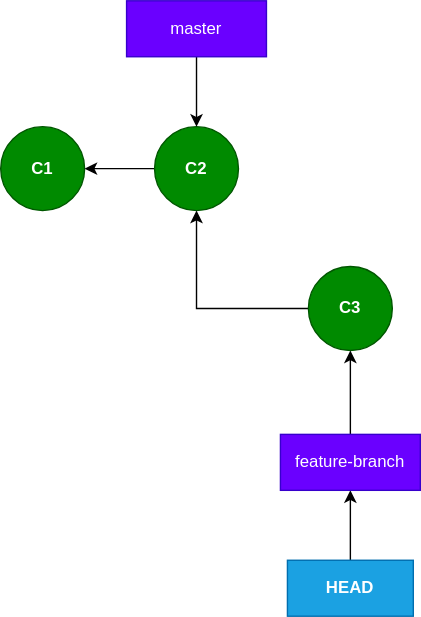
Above: img/c3.svg in gbroques/git-internals-presentation (draw.io), before the change. Source tidied: cells renumbered, new cells last; positions are measured from the earlier drawing's top-left corner, leaving out a move shared by most shapes.
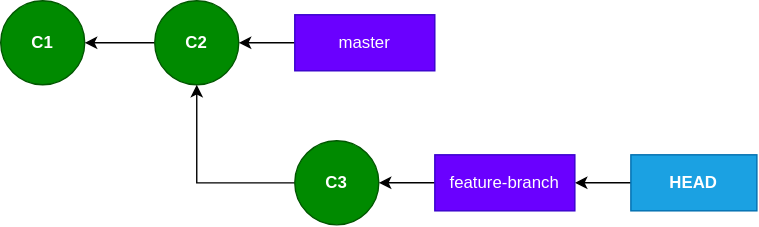
Above is the later version.

Change to the diagram source:
```diff
@@ -5,11 +5,11 @@
     <mxCell id="2" value="C1" style="ellipse;whiteSpace=wrap;html=1;fillColor=#008a00;strokeColor=#005700;fontColor=#ffffff;fontStyle=1;" parent="1" vertex="1">
       <mxGeometry y="90" width="60" height="60" as="geometry" />
     </mxCell>
-    <mxCell id="3" style="edgeStyle=orthogonalEdgeStyle;rounded=0;jettySize=auto;html=1;entryX=0.5;entryY=1;entryDx=0;entryDy=0;" parent="1" edge="1" source="4" target="10">
+    <mxCell id="3" style="edgeStyle=none;html=1;entryX=1;entryY=0.5;entryDx=0;entryDy=0;" parent="1" edge="1" source="4" target="10">
       <mxGeometry relative="1" as="geometry" />
     </mxCell>
     <mxCell id="4" value="&lt;b&gt;HEAD&lt;/b&gt;" style="rounded=0;whiteSpace=wrap;html=1;fillColor=#1ba1e2;strokeColor=#006EAF;fontColor=#ffffff;" parent="1" vertex="1">
-      <mxGeometry x="205" y="400" width="90" height="40" as="geometry" />
+      <mxGeometry x="450" y="200" width="90" height="40" as="geometry" />
     </mxCell>
     <mxCell id="5" style="edgeStyle=orthogonalEdgeStyle;rounded=0;jettySize=auto;html=1;" parent="1" edge="1" source="6" target="2">
       <mxGeometry relative="1" as="geometry" />
@@ -21,19 +21,19 @@
       <mxGeometry relative="1" as="geometry" />
     </mxCell>
     <mxCell id="8" value="C3" style="ellipse;whiteSpace=wrap;html=1;fillColor=#008a00;strokeColor=#005700;fontColor=#ffffff;fontStyle=1;" parent="1" vertex="1">
-      <mxGeometry x="220" y="190" width="60" height="60" as="geometry" />
+      <mxGeometry x="210" y="190" width="60" height="60" as="geometry" />
     </mxCell>
-    <mxCell id="9" style="edgeStyle=orthogonalEdgeStyle;rounded=0;jettySize=auto;html=1;entryX=0.5;entryY=1;entryDx=0;entryDy=0;" parent="1" edge="1" source="10" target="8">
+    <mxCell id="9" style="edgeStyle=none;html=1;entryX=1;entryY=0.5;entryDx=0;entryDy=0;" parent="1" edge="1" source="10" target="8">
       <mxGeometry relative="1" as="geometry" />
     </mxCell>
     <mxCell id="10" value="feature-branch" style="rounded=0;whiteSpace=wrap;html=1;fillColor=#6a00ff;strokeColor=#3700CC;fontColor=#ffffff;" parent="1" vertex="1">
-      <mxGeometry x="200" y="310" width="100" height="40" as="geometry" />
+      <mxGeometry x="310" y="200" width="100" height="40" as="geometry" />
     </mxCell>
-    <mxCell id="11" style="edgeStyle=orthogonalEdgeStyle;rounded=0;jettySize=auto;html=1;entryX=0.5;entryY=0;entryDx=0;entryDy=0;" parent="1" edge="1" source="12" target="6">
+    <mxCell id="11" style="edgeStyle=none;html=1;entryX=1;entryY=0.5;entryDx=0;entryDy=0;" parent="1" edge="1" source="12" target="6">
       <mxGeometry relative="1" as="geometry" />
     </mxCell>
     <mxCell id="12" value="master" style="rounded=0;whiteSpace=wrap;html=1;fillColor=#6a00ff;strokeColor=#3700CC;fontColor=#ffffff;" parent="1" vertex="1">
-      <mxGeometry x="90" width="100" height="40" as="geometry" />
+      <mxGeometry x="210" y="100" width="100" height="40" as="geometry" />
     </mxCell>
   </root>
 </mxGraphModel>
```
